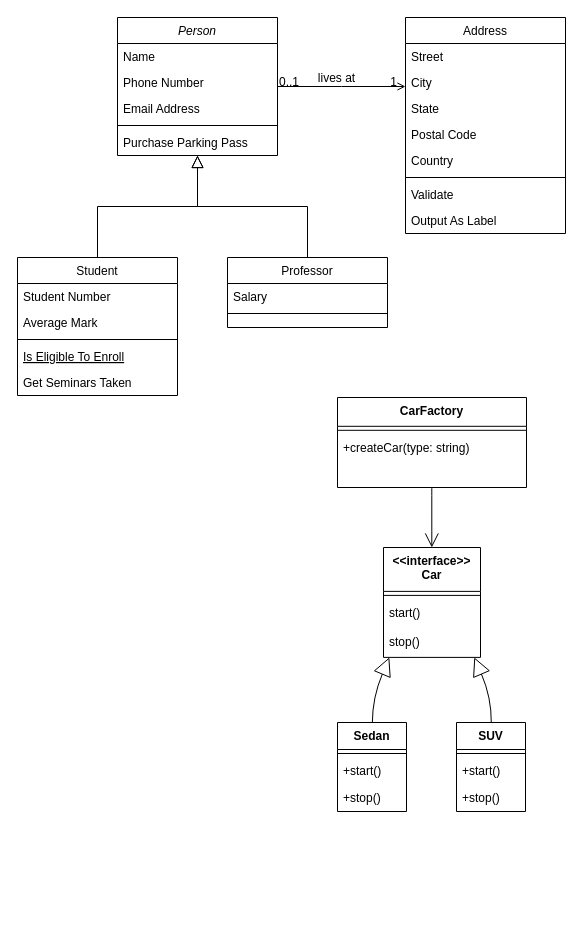
The draw.io diagram class-diagram.drawio in enigmaiiiiiiii/playground, before the edit. Source tidied: cells renumbered, new cells numbered last; positions are measured from the earlier drawing's top-left corner, leaving out a move shared by most shapes. Both pictures are drawn from the tidied source at 100%, with x=0, y=0 at pixel (17, 17).
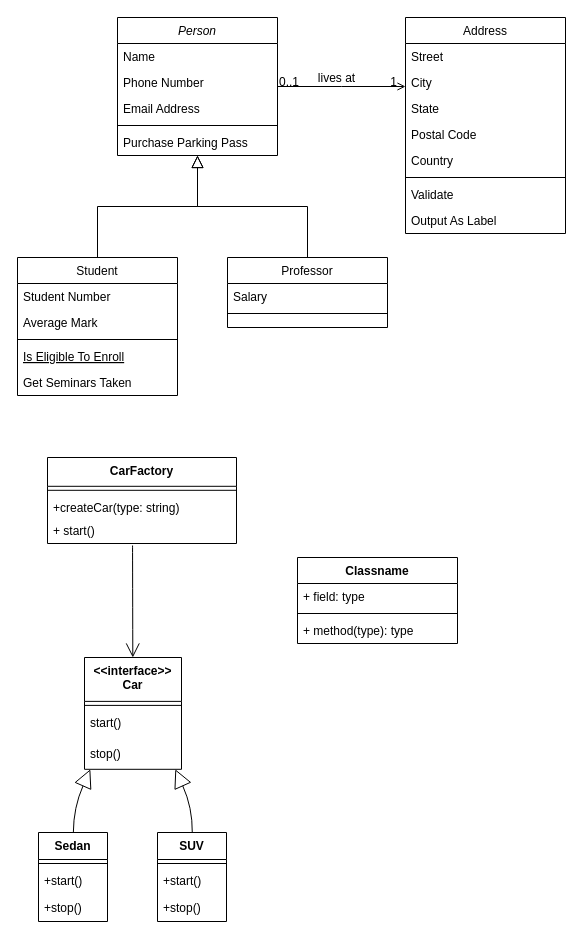
The same diagram, later.

Diff of the diagram source:
```diff
@@
     <mxCell id="32" value="&lt;&lt;interface&gt;&gt;&#10;Car" style="swimlane;fontStyle=1;align=center;verticalAlign=top;horizontal=1;startSize=43.875;" parent="1" vertex="1">
-      <mxGeometry x="366" y="530" width="97" height="109.9" as="geometry" />
+      <mxGeometry x="67" y="640" width="97" height="111.8" as="geometry" />
     </mxCell>
@@
     <mxCell id="34" value="start()" style="text;strokeColor=none;fillColor=none;align=left;verticalAlign=top;spacingLeft=4;spacingRight=4;overflow=hidden;" parent="32" vertex="1">
-      <mxGeometry y="51.9" width="97" height="29" as="geometry" />
+      <mxGeometry y="51.9" width="97" height="30.9" as="geometry" />
     </mxCell>
     <mxCell id="35" value="stop()" style="text;strokeColor=none;fillColor=none;align=left;verticalAlign=top;spacingLeft=4;spacingRight=4;overflow=hidden;" parent="32" vertex="1">
-      <mxGeometry y="80.9" width="97" height="29" as="geometry" />
+      <mxGeometry y="82.8" width="97" height="29" as="geometry" />
     </mxCell>
     <mxCell id="36" value="Sedan" style="swimlane;fontStyle=1;align=center;verticalAlign=top;horizontal=1;startSize=27;" parent="1" vertex="1">
-      <mxGeometry x="320" y="705" width="69" height="89" as="geometry" />
+      <mxGeometry x="21" y="815" width="69" height="89" as="geometry" />
     </mxCell>
@@
     <mxCell id="40" value="SUV" style="swimlane;fontStyle=1;align=center;verticalAlign=top;horizontal=1;startSize=27;" parent="1" vertex="1">
-      <mxGeometry x="439" y="705" width="69" height="89" as="geometry" />
+      <mxGeometry x="140" y="815" width="69" height="89" as="geometry" />
     </mxCell>
@@
     <mxCell id="44" value="CarFactory" style="swimlane;fontStyle=1;align=center;verticalAlign=top;horizontal=1;startSize=28.8;" parent="1" vertex="1">
-      <mxGeometry x="320" y="380" width="189" height="90" as="geometry" />
+      <mxGeometry x="30" y="440" width="189" height="86" as="geometry" />
     </mxCell>
@@
     <mxCell id="46" value="+createCar(type: string)" style="text;strokeColor=none;fillColor=none;align=left;verticalAlign=top;spacingLeft=4;spacingRight=4;overflow=hidden;" parent="44" vertex="1">
-      <mxGeometry y="36.8" width="189" height="53.2" as="geometry" />
+      <mxGeometry y="36.8" width="189" height="23.2" as="geometry" />
     </mxCell>
+    <mxCell id="50" value="+ start()" style="text;strokeColor=none;fillColor=none;align=left;verticalAlign=top;spacingLeft=4;spacingRight=4;overflow=hidden;points=[[0,0.5],[1,0.5]];portConstraint=eastwest;" parent="44" vertex="1">
+      <mxGeometry y="60" width="189" height="26" as="geometry" />
+    </mxCell>
     <mxCell id="47" style="curved=1;startArrow=block;startSize=16;startFill=0;endArrow=none;exitX=0.06018156296023561;exitY=1;entryX=0.5050384963768116;entryY=0;rounded=0;" parent="1" edge="1" source="32" target="36">
       <mxGeometry relative="1" as="geometry">
         <Array as="points">
-          <mxPoint x="355" y="680" />
+          <mxPoint x="56" y="790" />
         </Array>
       </mxGeometry>
     </mxCell>
     <mxCell id="48" style="curved=1;startArrow=block;startSize=16;startFill=0;endArrow=none;exitX=0.935952457658321;exitY=1;entryX=0.5040194746376812;entryY=0;rounded=0;" parent="1" edge="1" source="32" target="40">
       <mxGeometry relative="1" as="geometry">
         <Array as="points">
-          <mxPoint x="474" y="680" />
+          <mxPoint x="175" y="790" />
         </Array>
       </mxGeometry>
     </mxCell>
-    <mxCell id="49" style="curved=1;startArrow=none;endArrow=open;endSize=12;exitX=0.4990079365079365;exitY=1;entryX=0.49806701030927836;entryY=0;rounded=0;" parent="1" edge="1" source="44" target="32">
+    <mxCell id="49" style="curved=1;startArrow=none;endArrow=open;endSize=12;entryX=0.49806701030927836;entryY=0;rounded=0;exitX=0.45;exitY=1.077;exitDx=0;exitDy=0;exitPerimeter=0;" parent="1" edge="1" source="50" target="32">
       <mxGeometry relative="1" as="geometry" />
     </mxCell>
+    <mxCell id="51" value="Classname" style="swimlane;fontStyle=1;align=center;verticalAlign=top;horizontal=1;startSize=26;" parent="1" vertex="1">
+      <mxGeometry x="280" y="540" width="160" height="86" as="geometry" />
+    </mxCell>
+    <mxCell id="52" value="+ field: type" style="text;strokeColor=none;fillColor=none;align=left;verticalAlign=top;spacingLeft=4;spacingRight=4;overflow=hidden;" parent="51" vertex="1">
+      <mxGeometry y="26" width="160" height="26" as="geometry" />
+    </mxCell>
+    <mxCell id="53" style="line;strokeWidth=1;fillColor=none;align=left;verticalAlign=middle;spacingTop=-1;spacingLeft=3;spacingRight=3;labelPosition=right;strokeColor=inherit;" parent="51" vertex="1">
+      <mxGeometry y="52" width="160" height="8" as="geometry" />
+    </mxCell>
+    <mxCell id="54" value="+ method(type): type" style="text;strokeColor=none;fillColor=none;align=left;verticalAlign=top;spacingLeft=4;spacingRight=4;overflow=hidden;" parent="51" vertex="1">
+      <mxGeometry y="60" width="160" height="26" as="geometry" />
+    </mxCell>
```
